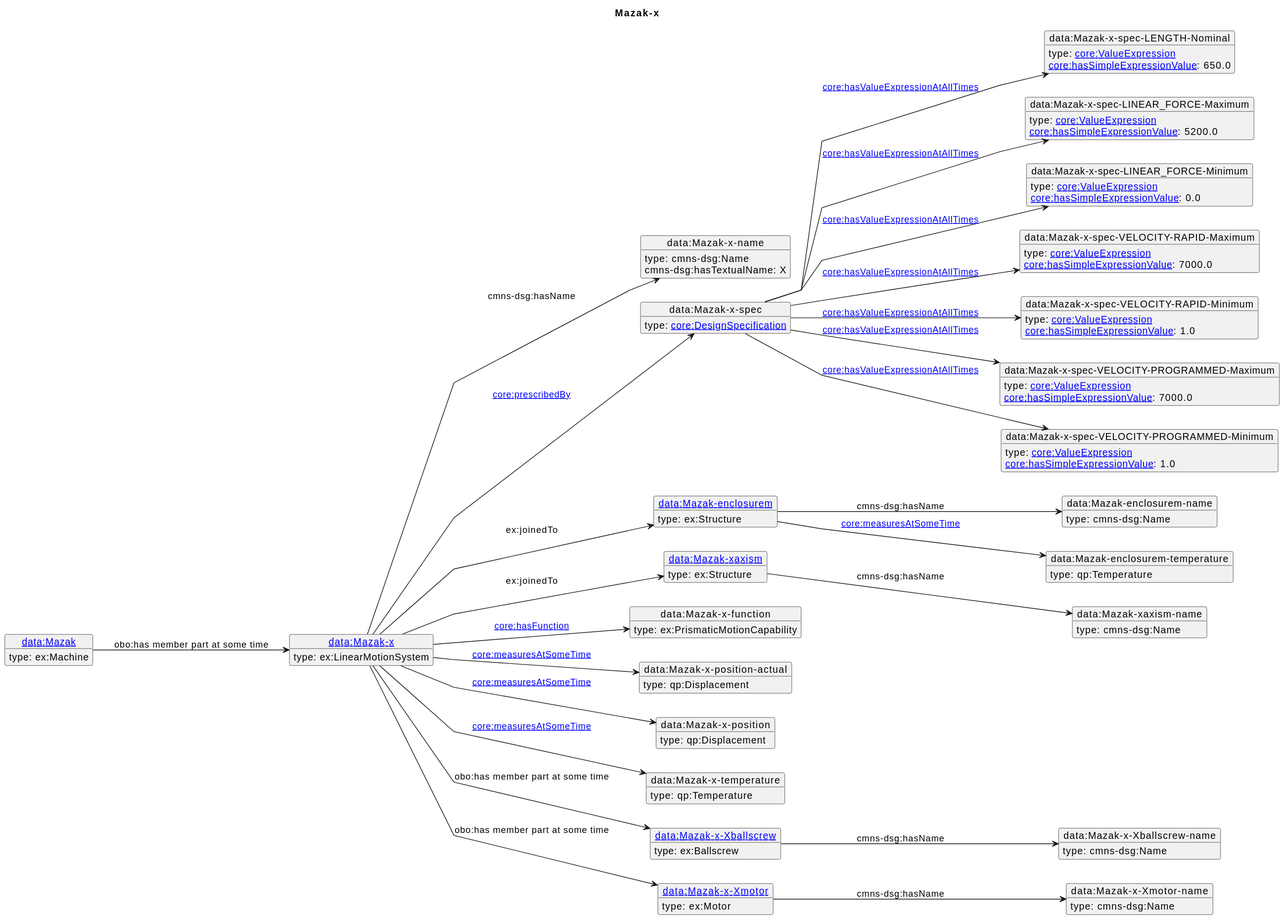
Earlier version of the PlantUML export diagrams/Mazak-x.svg (iofoundry/example-syseng-mtconnect).
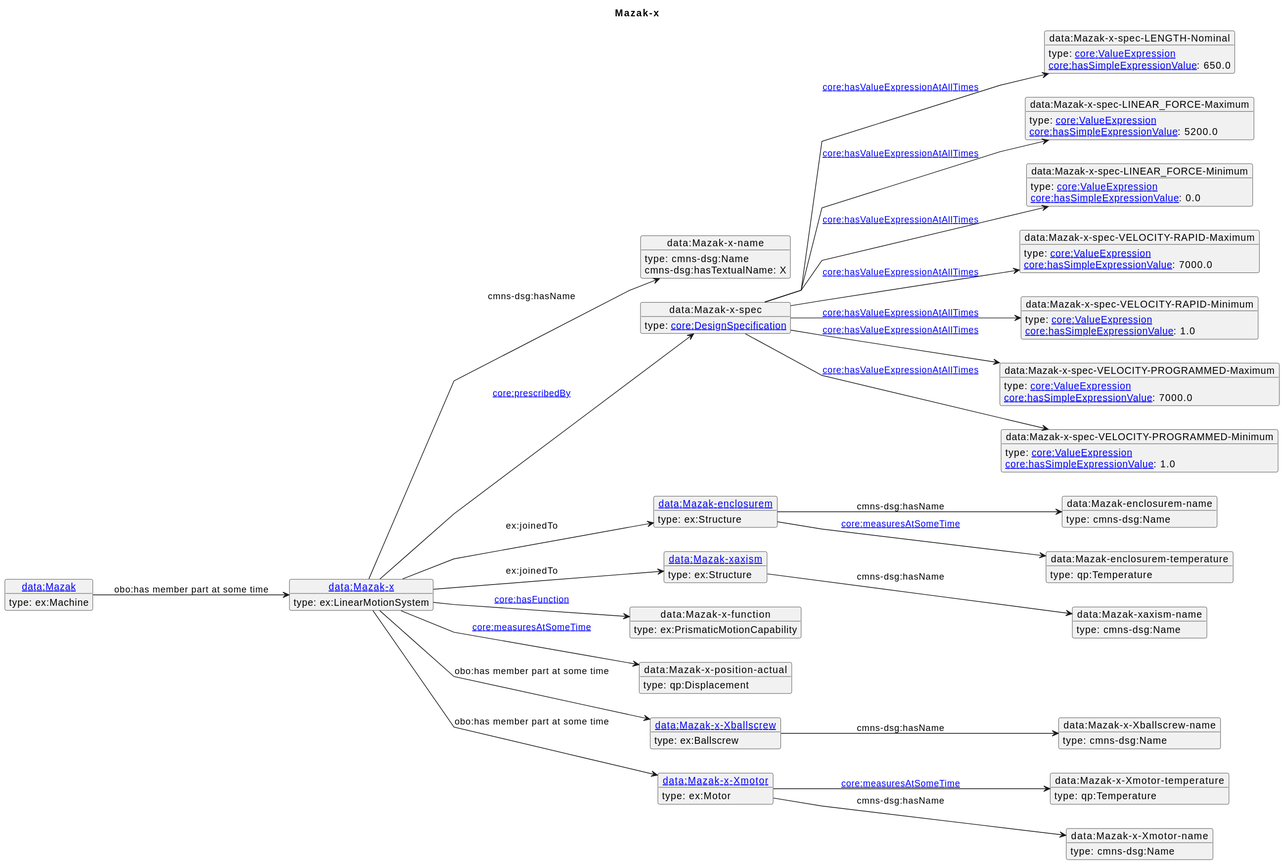
After the commit.

The edit, as a diff of the source:
```diff
@@ -53,25 +53,22 @@
 object "data:Mazak-x-position-actual" as o17 {
  type: qp:Displacement
 }
-object "data:Mazak-x-position" as o18 {
- type: qp:Displacement
+object "[[./Mazak-x-Xballscrew.html data:Mazak-x-Xballscrew]]" as o18 {
+ type: ex:Ballscrew
 }
-object "data:Mazak-x-temperature" as o19 {
+object "data:Mazak-x-Xballscrew-name" as o19 {
+ type: cmns-dsg:Name
+}
+object "[[./Mazak-x-Xmotor.html data:Mazak-x-Xmotor]]" as o20 {
+ type: ex:Motor
+}
+object "data:Mazak-x-Xmotor-temperature" as o21 {
  type: qp:Temperature
 }
-object "[[./Mazak-x-Xballscrew.html data:Mazak-x-Xballscrew]]" as o20 {
- type: ex:Ballscrew
-}
-object "data:Mazak-x-Xballscrew-name" as o21 {
+object "data:Mazak-x-Xmotor-name" as o22 {
  type: cmns-dsg:Name
 }
-object "[[./Mazak-x-Xmotor.html data:Mazak-x-Xmotor]]" as o22 {
- type: ex:Motor
-}
-object "data:Mazak-x-Xmotor-name" as o23 {
- type: cmns-dsg:Name
-}
-object "[[./Mazak.html data:Mazak]]" as o24 {
+object "[[./Mazak.html data:Mazak]]" as o23 {
  type: ex:Machine
 }
 o1 --> o2 : cmns-dsg:hasName
@@ -98,11 +95,10 @@
 o14 --> o15 : cmns-dsg:hasName
 o1 --> o16 : [[https://spec.industrialontologies.org/ontology/core/Core/hasFunction core:hasFunction]]
 o1 --> o17 : [[https://spec.industrialontologies.org/ontology/core/Core/measuresAtSomeTime core:measuresAtSomeTime]]
-o1 --> o18 : [[https://spec.industrialontologies.org/ontology/core/Core/measuresAtSomeTime core:measuresAtSomeTime]]
-o1 --> o19 : [[https://spec.industrialontologies.org/ontology/core/Core/measuresAtSomeTime core:measuresAtSomeTime]]
+o1 --> o18 : obo:has member part at some time
+o18 --> o19 : cmns-dsg:hasName
 o1 --> o20 : obo:has member part at some time
-o20 --> o21 : cmns-dsg:hasName
-o1 --> o22 : obo:has member part at some time
-o22 --> o23 : cmns-dsg:hasName
-o24 --> o1 : obo:has member part at some time
+o20 --> o21 : [[https://spec.industrialontologies.org/ontology/core/Core/measuresAtSomeTime core:measuresAtSomeTime]]
+o20 --> o22 : cmns-dsg:hasName
+o23 --> o1 : obo:has member part at some time
 @enduml
```
